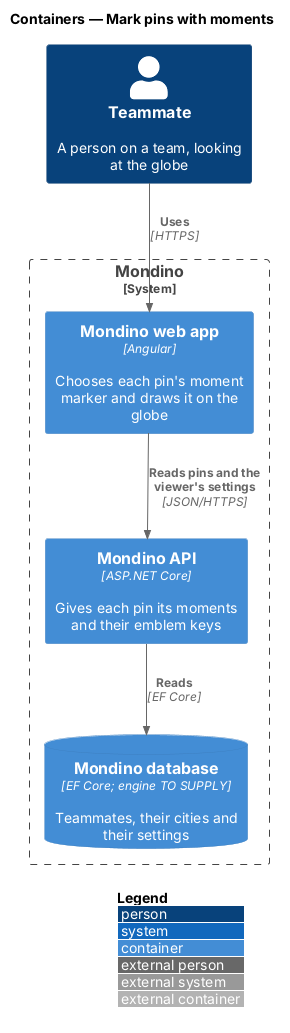
Earlier version of the PlantUML export docs/detailed-designs/moments/mark-pins-with-moments/diagrams/c4-container.png (QuinntyneBrown/Mondino). Its diagram source:
```plantuml
@startuml
!include <C4/C4_Container>
LAYOUT_WITH_LEGEND()
title Containers — Mark pins with moments

Person(teammate, "Teammate", "A person on a team, looking at the globe")
System_Boundary(mondino, "Mondino") {
  Container(web, "Mondino web app", "Angular", "Chooses each pin's moment marker and draws it on the globe")
  Container(api, "Mondino API", "ASP.NET Core", "Gives each pin its moments and their emblem keys")
  ContainerDb(db, "Mondino database", "EF Core; engine TO SUPPLY", "Teammates, their cities and their settings")
}

Rel(teammate, web, "Uses", "HTTPS")
Rel(web, api, "Reads pins and the viewer's settings", "JSON/HTTPS")
Rel(api, db, "Reads", "EF Core")
@enduml
```
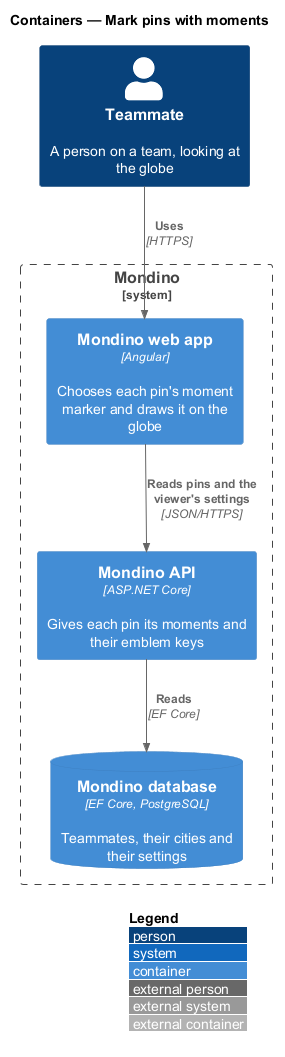
The same diagram one commit later.

Change to the diagram source:
```diff
@@ -7,7 +7,7 @@
 System_Boundary(mondino, "Mondino") {
   Container(web, "Mondino web app", "Angular", "Chooses each pin's moment marker and draws it on the globe")
   Container(api, "Mondino API", "ASP.NET Core", "Gives each pin its moments and their emblem keys")
-  ContainerDb(db, "Mondino database", "EF Core; engine TO SUPPLY", "Teammates, their cities and their settings")
+  ContainerDb(db, "Mondino database", "EF Core, PostgreSQL", "Teammates, their cities and their settings")
 }
 
 Rel(teammate, web, "Uses", "HTTPS")
```
